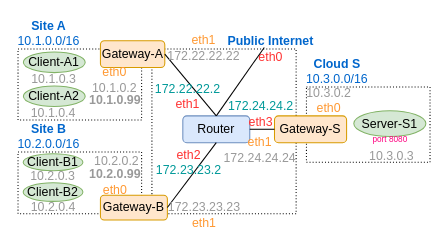
HollowMan6/Implement-VPN-System-with-Containers keeps this draw.io diagram as figures/site-to-site.drawio. Above is the earlier version. Source tidied: cells renumbered, new cells numbered last; positions are measured from the earlier drawing's top-left corner, leaving out a move shared by most shapes. Both pictures are drawn from the tidied source at 103%, with x=0, y=0 at pixel (18, 18).
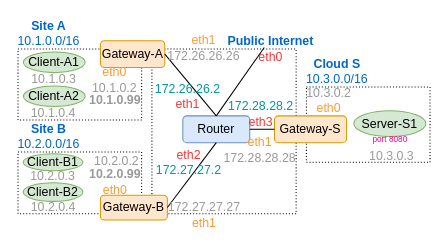
After the change.

The edit, as a diff of the source:
```diff
@@
-    <mxCell id="31" value="172.22.22.2&lt;br&gt;&lt;font color=&quot;#ff3333&quot;&gt;eth1&lt;/font&gt;" style="text;html=1;strokeColor=none;fillColor=none;align=center;verticalAlign=middle;whiteSpace=wrap;rounded=0;fontColor=#009999;" parent="1" vertex="1">
+    <mxCell id="31" value="172.26.26.2&lt;br&gt;&lt;font color=&quot;#ff3333&quot;&gt;eth1&lt;/font&gt;" style="text;html=1;strokeColor=none;fillColor=none;align=center;verticalAlign=middle;whiteSpace=wrap;rounded=0;fontColor=#009999;" parent="1" vertex="1">
       <mxGeometry x="130" y="66" width="70" height="20" as="geometry" />
     </mxCell>
-    <mxCell id="32" value="&lt;font color=&quot;#ff3333&quot;&gt;eth2&lt;/font&gt;&lt;br&gt;172.23.23.2" style="text;html=1;strokeColor=none;fillColor=none;align=center;verticalAlign=middle;whiteSpace=wrap;rounded=0;fontColor=#009999;" parent="1" vertex="1">
+    <mxCell id="32" value="&lt;font color=&quot;#ff3333&quot;&gt;eth2&lt;/font&gt;&lt;br&gt;172.27.27.2" style="text;html=1;strokeColor=none;fillColor=none;align=center;verticalAlign=middle;whiteSpace=wrap;rounded=0;fontColor=#009999;" parent="1" vertex="1">
       <mxGeometry x="131" y="130" width="70" height="20" as="geometry" />
     </mxCell>
-    <mxCell id="33" value="172.24.24.2&lt;br&gt;&lt;font color=&quot;#ff3333&quot;&gt;eth3&lt;/font&gt;" style="text;html=1;strokeColor=none;fillColor=none;align=center;verticalAlign=middle;whiteSpace=wrap;rounded=0;fontColor=#009999;" parent="1" vertex="1">
+    <mxCell id="33" value="172.28.28.2&lt;br&gt;&lt;font color=&quot;#ff3333&quot;&gt;eth3&lt;/font&gt;" style="text;html=1;strokeColor=none;fillColor=none;align=center;verticalAlign=middle;whiteSpace=wrap;rounded=0;fontColor=#009999;" parent="1" vertex="1">
       <mxGeometry x="200.5" y="82.5" width="70" height="20" as="geometry" />
     </mxCell>
-    <mxCell id="34" value="&lt;span style=&quot;color: rgb(255, 153, 51);&quot;&gt;eth1&lt;/span&gt;&lt;br&gt;172.24.24.24" style="text;html=1;strokeColor=none;fillColor=none;align=center;verticalAlign=middle;whiteSpace=wrap;rounded=0;fontColor=#999999;" parent="1" vertex="1">
+    <mxCell id="34" value="&lt;span style=&quot;color: rgb(255, 153, 51);&quot;&gt;eth1&lt;/span&gt;&lt;br&gt;172.28.28.28" style="text;html=1;strokeColor=none;fillColor=none;align=center;verticalAlign=middle;whiteSpace=wrap;rounded=0;fontColor=#999999;" parent="1" vertex="1">
       <mxGeometry x="200" y="118" width="70" height="20" as="geometry" />
     </mxCell>
-    <mxCell id="35" value="&lt;span style=&quot;color: rgb(255, 153, 51);&quot;&gt;eth1&lt;/span&gt;&lt;br&gt;172.22.22.22" style="text;html=1;strokeColor=none;fillColor=none;align=center;verticalAlign=middle;whiteSpace=wrap;rounded=0;fontColor=#999999;" parent="1" vertex="1">
+    <mxCell id="35" value="&lt;span style=&quot;color: rgb(255, 153, 51);&quot;&gt;eth1&lt;/span&gt;&lt;br&gt;172.26.26.26" style="text;html=1;strokeColor=none;fillColor=none;align=center;verticalAlign=middle;whiteSpace=wrap;rounded=0;fontColor=#999999;" parent="1" vertex="1">
       <mxGeometry x="152" y="19" width="57" height="20" as="geometry" />
     </mxCell>
-    <mxCell id="36" value="172.23.23.23&lt;br&gt;&lt;span style=&quot;color: rgb(255, 153, 51);&quot;&gt;eth1&lt;/span&gt;" style="text;html=1;strokeColor=none;fillColor=none;align=center;verticalAlign=middle;whiteSpace=wrap;rounded=0;fontColor=#999999;" parent="1" vertex="1">
+    <mxCell id="36" value="172.27.27.27&lt;br&gt;&lt;span style=&quot;color: rgb(255, 153, 51);&quot;&gt;eth1&lt;/span&gt;" style="text;html=1;strokeColor=none;fillColor=none;align=center;verticalAlign=middle;whiteSpace=wrap;rounded=0;fontColor=#999999;" parent="1" vertex="1">
       <mxGeometry x="153" y="180.5" width="56" height="20" as="geometry" />
     </mxCell>
```
